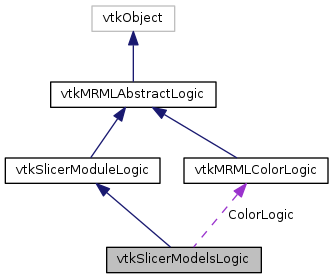
Earlier version of the Graphviz export master/classvtkSlicerModelsLogic__coll__graph.png (jamesobutler/apidocs.slicer.org). Its source is kept beside it as master/classvtkSlicerModelsLogic__coll__graph.dot. Its diagram source:
```dot
digraph "vtkSlicerModelsLogic"
{
  bgcolor="transparent";
  edge [fontname="Helvetica",fontsize="10",labelfontname="Helvetica",labelfontsize="10"];
  node [fontname="Helvetica",fontsize="10",shape=record];
  Node4 [label="vtkSlicerModelsLogic",height=0.2,width=0.4,color="black", fillcolor="grey75", style="filled", fontcolor="black"];
  Node5 -> Node4 [dir="back",color="midnightblue",fontsize="10",style="solid",fontname="Helvetica"];
  Node5 [label="vtkSlicerModuleLogic",height=0.2,width=0.4,color="black",URL="$classvtkSlicerModuleLogic.html"];
  Node6 -> Node5 [dir="back",color="midnightblue",fontsize="10",style="solid",fontname="Helvetica"];
  Node6 [label="vtkMRMLAbstractLogic",height=0.2,width=0.4,color="black",URL="$classvtkMRMLAbstractLogic.html",tooltip="Superclass for MRML logic classes. "];
  Node7 -> Node6 [dir="back",color="midnightblue",fontsize="10",style="solid",fontname="Helvetica"];
  Node7 [label="vtkObject",height=0.2,width=0.4,color="grey75"];
  Node8 -> Node4 [dir="back",color="darkorchid3",fontsize="10",style="dashed",label=" ColorLogic" ,fontname="Helvetica"];
  Node8 [label="vtkMRMLColorLogic",height=0.2,width=0.4,color="black",URL="$classvtkMRMLColorLogic.html",tooltip="MRML logic class for color manipulation. "];
  Node6 -> Node8 [dir="back",color="midnightblue",fontsize="10",style="solid",fontname="Helvetica"];
}
```
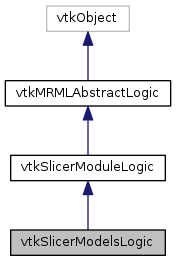
Above is the later version.

Diff of the diagram source:
```diff
@@ -10,7 +10,4 @@
   Node6 [label="vtkMRMLAbstractLogic",height=0.2,width=0.4,color="black",URL="$classvtkMRMLAbstractLogic.html",tooltip="Superclass for MRML logic classes. "];
   Node7 -> Node6 [dir="back",color="midnightblue",fontsize="10",style="solid",fontname="Helvetica"];
   Node7 [label="vtkObject",height=0.2,width=0.4,color="grey75"];
-  Node8 -> Node4 [dir="back",color="darkorchid3",fontsize="10",style="dashed",label=" ColorLogic" ,fontname="Helvetica"];
-  Node8 [label="vtkMRMLColorLogic",height=0.2,width=0.4,color="black",URL="$classvtkMRMLColorLogic.html",tooltip="MRML logic class for color manipulation. "];
-  Node6 -> Node8 [dir="back",color="midnightblue",fontsize="10",style="solid",fontname="Helvetica"];
 }
```
